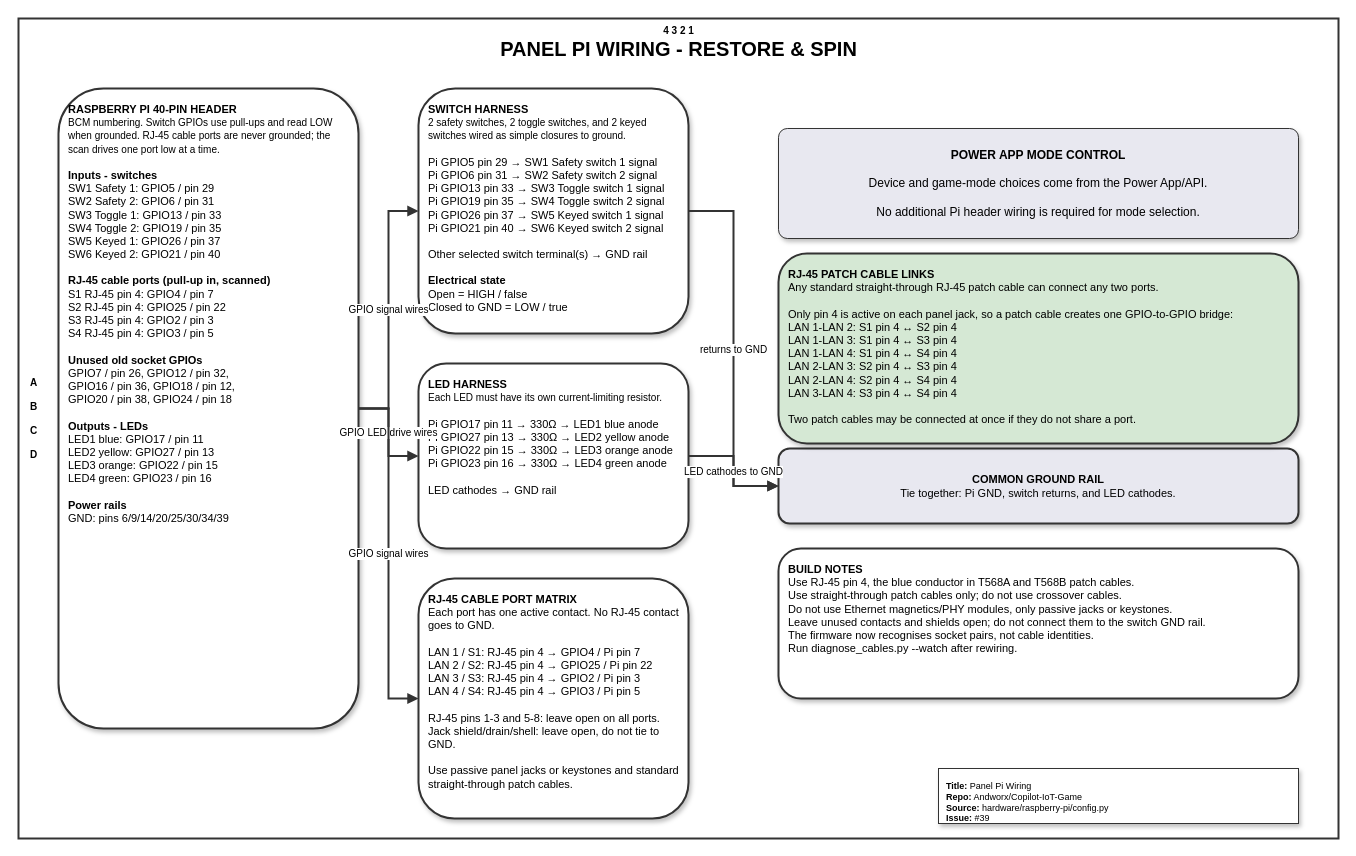
The draw.io diagram page "Panel Pi Wiring" (1 of 2) of hardware/raspberry-pi/panel-pi-wiring.drawio in Andworx/Copilot-IoT-Game, before the edit. Source tidied: cells renumbered, new cells numbered last; positions are measured from the earlier drawing's top-left corner, leaving out a move shared by most shapes. Both pictures are drawn from the tidied source at 100%, with x=0, y=0 at pixel (18, 18).
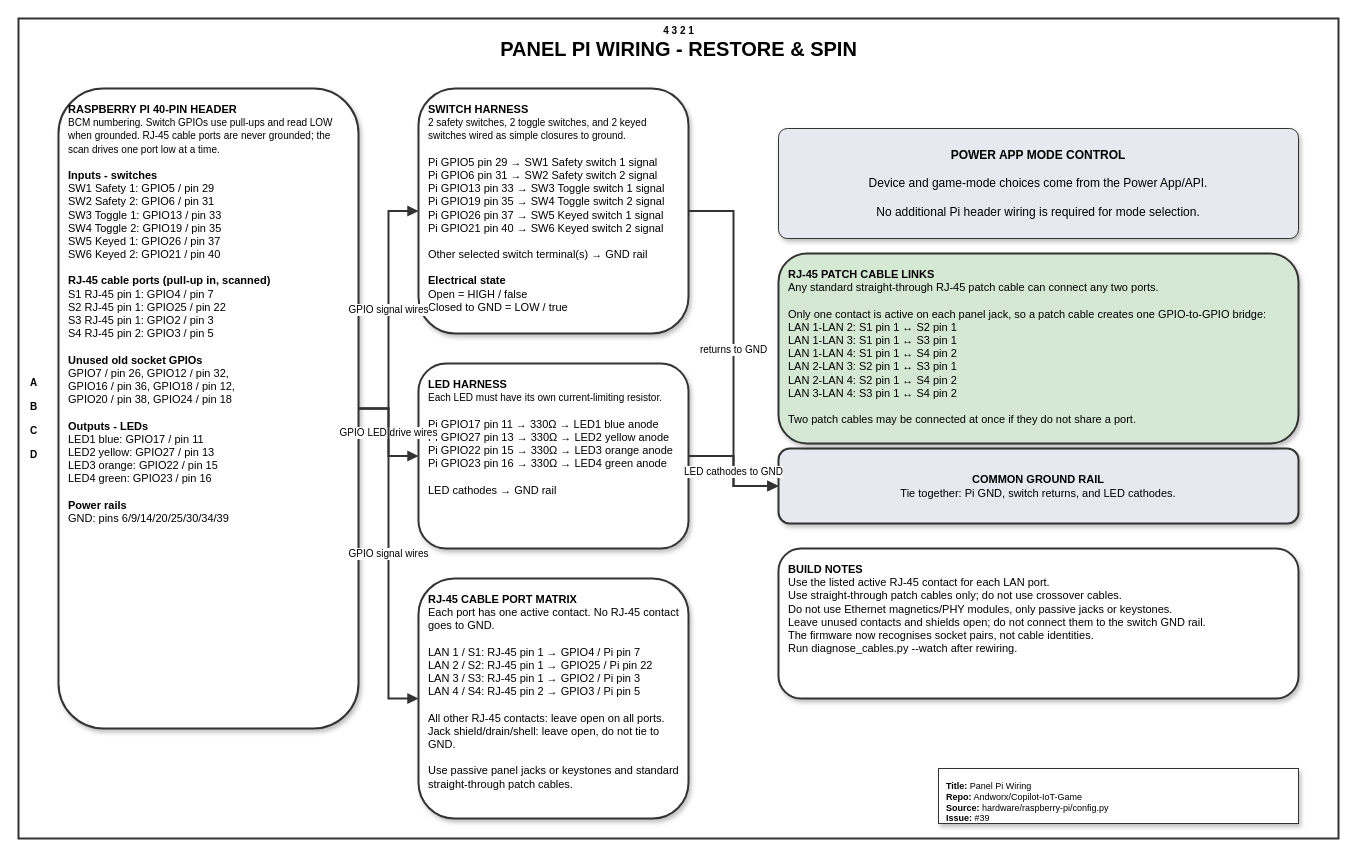
The same page after the edit.

Commit message (it also covers changes not shown here):
fix(hardware): update rj45 active contact map

Diff of the diagram source:
```diff
@@
-    <mxCell id="6" value="&lt;b&gt;RASPBERRY PI 40-PIN HEADER&lt;/b&gt;&lt;br&gt;&lt;font style=&quot;font-size: 10px&quot;&gt;BCM numbering. Switch GPIOs use pull-ups and read LOW when grounded. RJ-45 cable ports are never grounded; the scan drives one port low at a time.&lt;/font&gt;&lt;br&gt;&lt;br&gt;&lt;b&gt;Inputs - switches&lt;/b&gt;&lt;br&gt;SW1 Safety 1: GPIO5 / pin 29&lt;br&gt;SW2 Safety 2: GPIO6 / pin 31&lt;br&gt;SW3 Toggle 1: GPIO13 / pin 33&lt;br&gt;SW4 Toggle 2: GPIO19 / pin 35&lt;br&gt;SW5 Keyed 1: GPIO26 / pin 37&lt;br&gt;SW6 Keyed 2: GPIO21 / pin 40&lt;br&gt;&lt;br&gt;&lt;b&gt;RJ-45 cable ports (pull-up in, scanned)&lt;/b&gt;&lt;br&gt;S1 RJ-45 pin 4: GPIO4 / pin 7&lt;br&gt;S2 RJ-45 pin 4: GPIO25 / pin 22&lt;br&gt;S3 RJ-45 pin 4: GPIO2 / pin 3&lt;br&gt;S4 RJ-45 pin 4: GPIO3 / pin 5&lt;br&gt;&lt;br&gt;&lt;b&gt;Unused old socket GPIOs&lt;/b&gt;&lt;br&gt;GPIO7 / pin 26, GPIO12 / pin 32,&lt;br&gt;GPIO16 / pin 36, GPIO18 / pin 12,&lt;br&gt;GPIO20 / pin 38, GPIO24 / pin 18&lt;br&gt;&lt;br&gt;&lt;b&gt;Outputs - LEDs&lt;/b&gt;&lt;br&gt;LED1 blue: GPIO17 / pin 11&lt;br&gt;LED2 yellow: GPIO27 / pin 13&lt;br&gt;LED3 orange: GPIO22 / pin 15&lt;br&gt;LED4 green: GPIO23 / pin 16&lt;br&gt;&lt;br&gt;&lt;b&gt;Power rails&lt;/b&gt;&lt;br&gt;GND: pins 6/9/14/20/25/30/34/39" style="rounded=1;shadow=1;strokeColor=#333333;fillColor=#FFFFFF;strokeWidth=2;fontSize=11;fontFamily=Helvetica;align=left;verticalAlign=top;spacing=10;whiteSpace=wrap;html=1;" parent="1" vertex="1">
+    <mxCell id="6" value="&lt;b&gt;RASPBERRY PI 40-PIN HEADER&lt;/b&gt;&lt;br&gt;&lt;font style=&quot;font-size: 10px&quot;&gt;BCM numbering. Switch GPIOs use pull-ups and read LOW when grounded. RJ-45 cable ports are never grounded; the scan drives one port low at a time.&lt;/font&gt;&lt;br&gt;&lt;br&gt;&lt;b&gt;Inputs - switches&lt;/b&gt;&lt;br&gt;SW1 Safety 1: GPIO5 / pin 29&lt;br&gt;SW2 Safety 2: GPIO6 / pin 31&lt;br&gt;SW3 Toggle 1: GPIO13 / pin 33&lt;br&gt;SW4 Toggle 2: GPIO19 / pin 35&lt;br&gt;SW5 Keyed 1: GPIO26 / pin 37&lt;br&gt;SW6 Keyed 2: GPIO21 / pin 40&lt;br&gt;&lt;br&gt;&lt;b&gt;RJ-45 cable ports (pull-up in, scanned)&lt;/b&gt;&lt;br&gt;S1 RJ-45 pin 1: GPIO4 / pin 7&lt;br&gt;S2 RJ-45 pin 1: GPIO25 / pin 22&lt;br&gt;S3 RJ-45 pin 1: GPIO2 / pin 3&lt;br&gt;S4 RJ-45 pin 2: GPIO3 / pin 5&lt;br&gt;&lt;br&gt;&lt;b&gt;Unused old socket GPIOs&lt;/b&gt;&lt;br&gt;GPIO7 / pin 26, GPIO12 / pin 32,&lt;br&gt;GPIO16 / pin 36, GPIO18 / pin 12,&lt;br&gt;GPIO20 / pin 38, GPIO24 / pin 18&lt;br&gt;&lt;br&gt;&lt;b&gt;Outputs - LEDs&lt;/b&gt;&lt;br&gt;LED1 blue: GPIO17 / pin 11&lt;br&gt;LED2 yellow: GPIO27 / pin 13&lt;br&gt;LED3 orange: GPIO22 / pin 15&lt;br&gt;LED4 green: GPIO23 / pin 16&lt;br&gt;&lt;br&gt;&lt;b&gt;Power rails&lt;/b&gt;&lt;br&gt;GND: pins 6/9/14/20/25/30/34/39" style="rounded=1;shadow=1;strokeColor=#333333;fillColor=#FFFFFF;strokeWidth=2;fontSize=11;fontFamily=Helvetica;align=left;verticalAlign=top;spacing=10;whiteSpace=wrap;html=1;" parent="1" vertex="1">
       <mxGeometry x="40" y="70" width="300" height="640" as="geometry" />
     </mxCell>
@@
-    <mxCell id="9" value="&lt;b&gt;RJ-45 CABLE PORT MATRIX&lt;/b&gt;&lt;br&gt;Each port has one active contact. No RJ-45 contact goes to GND.&lt;br&gt;&lt;br&gt;LAN 1 / S1: RJ-45 pin 4 → GPIO4 / Pi pin 7&lt;br&gt;LAN 2 / S2: RJ-45 pin 4 → GPIO25 / Pi pin 22&lt;br&gt;LAN 3 / S3: RJ-45 pin 4 → GPIO2 / Pi pin 3&lt;br&gt;LAN 4 / S4: RJ-45 pin 4 → GPIO3 / Pi pin 5&lt;br&gt;&lt;br&gt;RJ-45 pins 1-3 and 5-8: leave open on all ports.&lt;br&gt;Jack shield/drain/shell: leave open, do not tie to GND.&lt;br&gt;&lt;br&gt;Use passive panel jacks or keystones and standard straight-through patch cables." style="rounded=1;shadow=1;strokeColor=#333333;fillColor=#FFFFFF;strokeWidth=2;fontSize=11;fontFamily=Helvetica;align=left;verticalAlign=top;spacing=10;whiteSpace=wrap;html=1;" parent="1" vertex="1">
+    <mxCell id="9" value="&lt;b&gt;RJ-45 CABLE PORT MATRIX&lt;/b&gt;&lt;br&gt;Each port has one active contact. No RJ-45 contact goes to GND.&lt;br&gt;&lt;br&gt;LAN 1 / S1: RJ-45 pin 1 → GPIO4 / Pi pin 7&lt;br&gt;LAN 2 / S2: RJ-45 pin 1 → GPIO25 / Pi pin 22&lt;br&gt;LAN 3 / S3: RJ-45 pin 1 → GPIO2 / Pi pin 3&lt;br&gt;LAN 4 / S4: RJ-45 pin 2 → GPIO3 / Pi pin 5&lt;br&gt;&lt;br&gt;All other RJ-45 contacts: leave open on all ports.&lt;br&gt;Jack shield/drain/shell: leave open, do not tie to GND.&lt;br&gt;&lt;br&gt;Use passive panel jacks or keystones and standard straight-through patch cables." style="rounded=1;shadow=1;strokeColor=#333333;fillColor=#FFFFFF;strokeWidth=2;fontSize=11;fontFamily=Helvetica;align=left;verticalAlign=top;spacing=10;whiteSpace=wrap;html=1;" parent="1" vertex="1">
       <mxGeometry x="400" y="560" width="270" height="240" as="geometry" />
     </mxCell>
@@
-    <mxCell id="11" value="&lt;b&gt;RJ-45 PATCH CABLE LINKS&lt;/b&gt;&lt;br&gt;Any standard straight-through RJ-45 patch cable can connect any two ports.&lt;br&gt;&lt;br&gt;Only pin 4 is active on each panel jack, so a patch cable creates one GPIO-to-GPIO bridge:&lt;br&gt;LAN 1-LAN 2: S1 pin 4 ↔ S2 pin 4&lt;br&gt;LAN 1-LAN 3: S1 pin 4 ↔ S3 pin 4&lt;br&gt;LAN 1-LAN 4: S1 pin 4 ↔ S4 pin 4&lt;br&gt;LAN 2-LAN 3: S2 pin 4 ↔ S3 pin 4&lt;br&gt;LAN 2-LAN 4: S2 pin 4 ↔ S4 pin 4&lt;br&gt;LAN 3-LAN 4: S3 pin 4 ↔ S4 pin 4&lt;br&gt;&lt;br&gt;Two patch cables may be connected at once if they do not share a port." style="rounded=1;shadow=1;strokeColor=#333333;fillColor=#D5E8D4;strokeWidth=2;fontSize=11;fontFamily=Helvetica;align=left;verticalAlign=top;spacing=10;whiteSpace=wrap;html=1;" parent="1" vertex="1">
+    <mxCell id="11" value="&lt;b&gt;RJ-45 PATCH CABLE LINKS&lt;/b&gt;&lt;br&gt;Any standard straight-through RJ-45 patch cable can connect any two ports.&lt;br&gt;&lt;br&gt;Only one contact is active on each panel jack, so a patch cable creates one GPIO-to-GPIO bridge:&lt;br&gt;LAN 1-LAN 2: S1 pin 1 ↔ S2 pin 1&lt;br&gt;LAN 1-LAN 3: S1 pin 1 ↔ S3 pin 1&lt;br&gt;LAN 1-LAN 4: S1 pin 1 ↔ S4 pin 2&lt;br&gt;LAN 2-LAN 3: S2 pin 1 ↔ S3 pin 1&lt;br&gt;LAN 2-LAN 4: S2 pin 1 ↔ S4 pin 2&lt;br&gt;LAN 3-LAN 4: S3 pin 1 ↔ S4 pin 2&lt;br&gt;&lt;br&gt;Two patch cables may be connected at once if they do not share a port." style="rounded=1;shadow=1;strokeColor=#333333;fillColor=#D5E8D4;strokeWidth=2;fontSize=11;fontFamily=Helvetica;align=left;verticalAlign=top;spacing=10;whiteSpace=wrap;html=1;" parent="1" vertex="1">
       <mxGeometry x="760" y="235" width="520" height="190" as="geometry" />
     </mxCell>
-    <mxCell id="12" value="&lt;b&gt;BUILD NOTES&lt;/b&gt;&lt;br&gt;Use RJ-45 pin 4, the blue conductor in T568A and T568B patch cables.&lt;br&gt;Use straight-through patch cables only; do not use crossover cables.&lt;br&gt;Do not use Ethernet magnetics/PHY modules, only passive jacks or keystones.&lt;br&gt;Leave unused contacts and shields open; do not connect them to the switch GND rail.&lt;br&gt;The firmware now recognises socket pairs, not cable identities.&lt;br&gt;Run diagnose_cables.py --watch after rewiring." style="rounded=1;shadow=1;strokeColor=#333333;fillColor=#FFFFFF;strokeWidth=2;fontSize=11;fontFamily=Helvetica;align=left;verticalAlign=top;spacing=10;whiteSpace=wrap;html=1;" parent="1" vertex="1">
+    <mxCell id="12" value="&lt;b&gt;BUILD NOTES&lt;/b&gt;&lt;br&gt;Use the listed active RJ-45 contact for each LAN port.&lt;br&gt;Use straight-through patch cables only; do not use crossover cables.&lt;br&gt;Do not use Ethernet magnetics/PHY modules, only passive jacks or keystones.&lt;br&gt;Leave unused contacts and shields open; do not connect them to the switch GND rail.&lt;br&gt;The firmware now recognises socket pairs, not cable identities.&lt;br&gt;Run diagnose_cables.py --watch after rewiring." style="rounded=1;shadow=1;strokeColor=#333333;fillColor=#FFFFFF;strokeWidth=2;fontSize=11;fontFamily=Helvetica;align=left;verticalAlign=top;spacing=10;whiteSpace=wrap;html=1;" parent="1" vertex="1">
       <mxGeometry x="760" y="530" width="520" height="150" as="geometry" />
     </mxCell>
```
